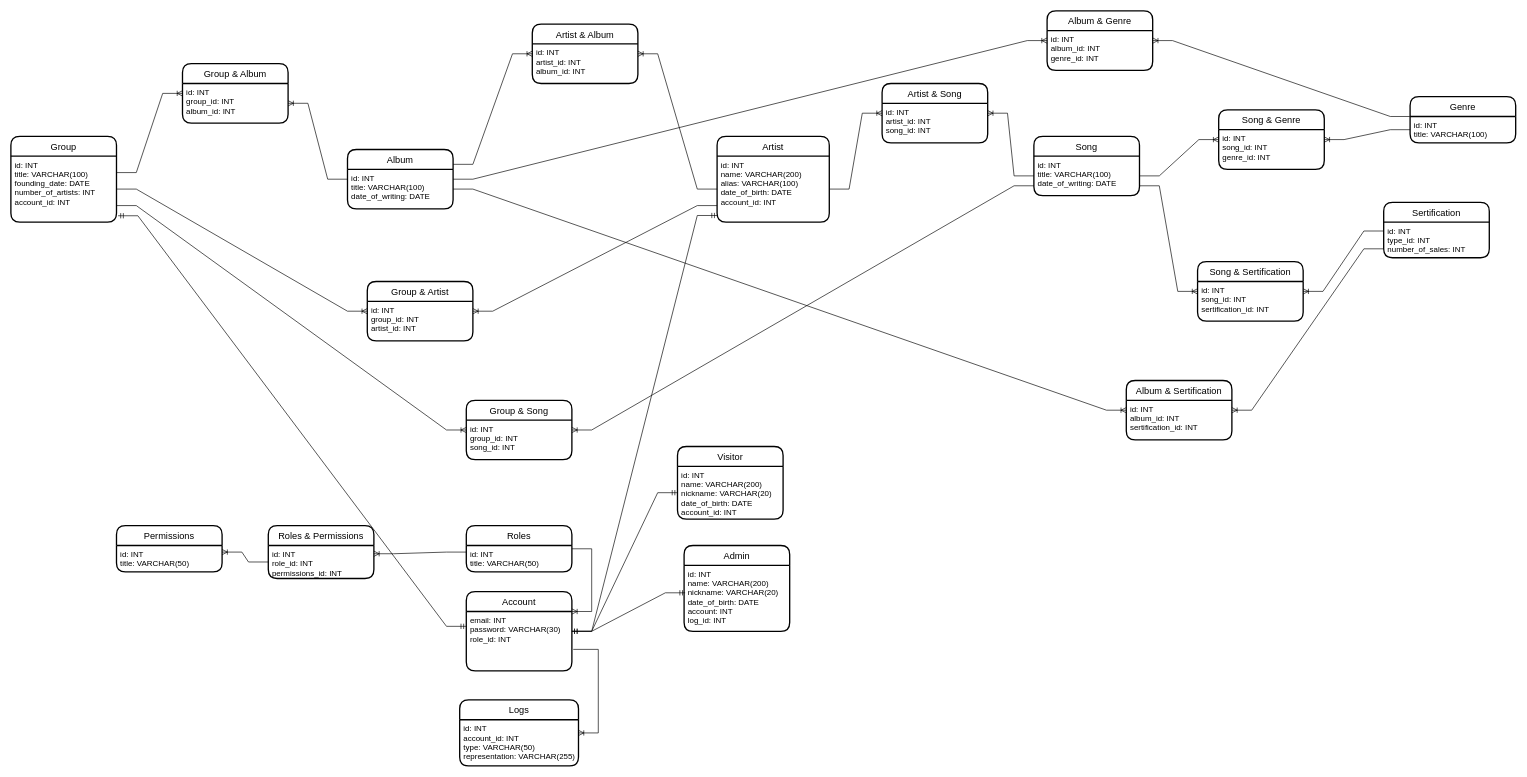
whiteicq/DB-Labs-2022 keeps this draw.io diagram as SchemeDB.drawio. Above is the earlier version. Source tidied: cells renumbered, new cells numbered last; positions are measured from the earlier drawing's top-left corner, leaving out a move shared by most shapes. Both pictures are drawn from the tidied source at 66%, with x=0, y=0 at pixel (11, 11).
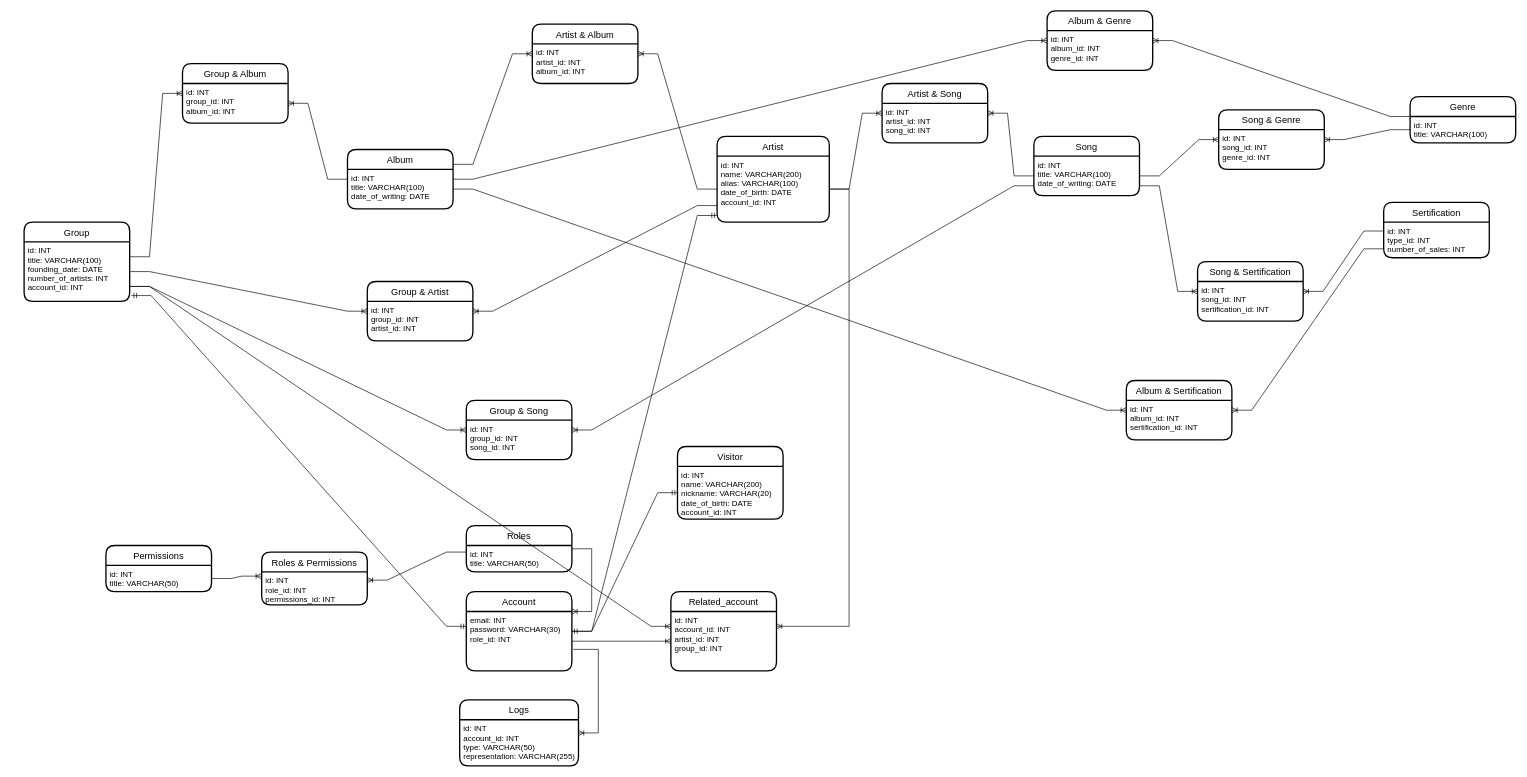
The same page after the edit.

Unchanged cells that the change refers to:
```xml
<mxCell id="20" value="Logs" style="swimlane;horizontal=1;startSize=30;rounded=1;fontSize=14;fontStyle=0;strokeWidth=2;shadow=0;dashed=0;align=center;" parent="1" vertex="1">
  <mxGeometry x="680" y="1044" width="180" height="100" as="geometry" />
</mxCell>
<mxCell id="22" value="Account" style="swimlane;horizontal=1;startSize=30;rounded=1;fontSize=14;fontStyle=0;strokeWidth=2;shadow=0;dashed=0;align=center;" parent="1" vertex="1">
  <mxGeometry x="690" y="880" width="160" height="120" as="geometry" />
</mxCell>
<mxCell id="23" value="email: INT&#10;password: VARCHAR(30)&#10;role_id: INT" style="align=left;strokeColor=none;fillColor=none;spacingLeft=4;fontSize=12;verticalAlign=top;" parent="22" vertex="1">
  <mxGeometry y="30" width="160" height="90" as="geometry" />
</mxCell>
<mxCell id="66" value="id: INT&#10;title: VARCHAR(50)&#10;" style="align=left;strokeColor=none;fillColor=none;spacingLeft=4;fontSize=12;verticalAlign=top;" parent="65" vertex="1">
  <mxGeometry y="30" width="160" height="40" as="geometry" />
</mxCell>
<mxCell id="68" value="id: INT&#10;role_id: INT&#10;permissions_id: INT&#10;" style="align=left;strokeColor=none;fillColor=none;spacingLeft=4;fontSize=12;verticalAlign=top;" parent="67" vertex="1">
  <mxGeometry y="30" width="160" height="50" as="geometry" />
</mxCell>
```

Change to the diagram source:
```diff
@@
     <mxCell id="6" value="Group" style="swimlane;horizontal=1;startSize=30;rounded=1;fontSize=14;fontStyle=0;strokeWidth=2;shadow=0;dashed=0;align=center;" parent="1" vertex="1">
-      <mxGeometry y="190" width="160" height="130" as="geometry" />
+      <mxGeometry x="20" y="320" width="160" height="120" as="geometry" />
     </mxCell>
     <mxCell id="7" value="id: INT&#10;title: VARCHAR(100)&#10;founding_date: DATE&#10;number_of_artists: INT&#10;account_id: INT&#10;" style="align=left;strokeColor=none;fillColor=none;spacingLeft=4;fontSize=12;verticalAlign=top;" parent="6" vertex="1">
-      <mxGeometry y="30" width="160" height="100" as="geometry" />
+      <mxGeometry y="30" width="160" height="90" as="geometry" />
     </mxCell>
-    <mxCell id="8" value="Admin" style="swimlane;horizontal=1;startSize=30;rounded=1;fontSize=14;fontStyle=0;strokeWidth=2;shadow=0;dashed=0;align=center;" parent="1" vertex="1">
-      <mxGeometry x="1020" y="810" width="160" height="130" as="geometry" />
-    </mxCell>
-    <mxCell id="9" value="id: INT&#10;name: VARCHAR(200)&#10;nickname: VARCHAR(20)&#10;date_of_birth: DATE&#10;account: INT&#10;log_id: INT&#10;" style="align=left;strokeColor=none;fillColor=none;spacingLeft=4;fontSize=12;verticalAlign=top;" parent="8" vertex="1">
-      <mxGeometry y="30" width="160" height="100" as="geometry" />
-    </mxCell>
@@
-    <mxCell id="26" style="edgeStyle=entityRelationEdgeStyle;fontSize=12;html=1;endArrow=ERmandOne;startArrow=ERmandOne;rounded=0;entryX=0.01;entryY=0.417;entryDx=0;entryDy=0;entryPerimeter=0;" parent="1" edge="1" source="22" target="9">
-      <mxGeometry relative="1" as="geometry" />
-    </mxCell>
@@
     <mxCell id="65" value="Permissions" style="swimlane;horizontal=1;startSize=30;rounded=1;fontSize=14;fontStyle=0;strokeWidth=2;shadow=0;dashed=0;align=center;" parent="1" vertex="1">
-      <mxGeometry x="160" y="780" width="160" height="70" as="geometry" />
+      <mxGeometry x="144" y="810" width="160" height="70" as="geometry" />
     </mxCell>
@@
     <mxCell id="67" value="Roles &amp; Permissions" style="swimlane;horizontal=1;startSize=30;rounded=1;fontSize=14;fontStyle=0;strokeWidth=2;shadow=0;dashed=0;align=center;" parent="1" vertex="1">
-      <mxGeometry x="390" y="780" width="160" height="80" as="geometry" />
+      <mxGeometry x="380" y="820" width="160" height="80" as="geometry" />
     </mxCell>
@@
+    <mxCell id="71" style="edgeStyle=entityRelationEdgeStyle;fontSize=12;html=1;endArrow=ERoneToMany;rounded=0;exitX=1.013;exitY=0.638;exitDx=0;exitDy=0;exitPerimeter=0;" parent="1" edge="1" source="23" target="20">
+      <mxGeometry relative="1" as="geometry" />
+    </mxCell>
+    <mxCell id="72" value="Related_account" style="swimlane;horizontal=1;startSize=30;rounded=1;fontSize=14;fontStyle=0;strokeWidth=2;shadow=0;dashed=0;align=center;" parent="1" vertex="1">
+      <mxGeometry x="1000" y="880" width="160" height="120" as="geometry" />
+    </mxCell>
+    <mxCell id="73" value="id: INT &#10;account_id: INT&#10;artist_id: INT&#10;group_id: INT" style="align=left;strokeColor=none;fillColor=none;spacingLeft=4;fontSize=12;verticalAlign=top;" parent="72" vertex="1">
+      <mxGeometry y="30" width="160" height="90" as="geometry" />
+    </mxCell>
-    <mxCell id="70" style="edgeStyle=entityRelationEdgeStyle;fontSize=12;html=1;endArrow=ERoneToMany;rounded=0;entryX=1;entryY=0.25;entryDx=0;entryDy=0;exitX=0;exitY=0.5;exitDx=0;exitDy=0;" parent="1" edge="1" source="68" target="66">
+    <mxCell id="70" style="edgeStyle=entityRelationEdgeStyle;fontSize=12;html=1;endArrow=ERoneToMany;rounded=0;entryX=-0.003;entryY=0.129;entryDx=0;entryDy=0;exitX=1;exitY=0.5;exitDx=0;exitDy=0;entryPerimeter=0;" parent="1" edge="1" source="66" target="68">
       <mxGeometry relative="1" as="geometry" />
     </mxCell>
-    <mxCell id="71" style="edgeStyle=entityRelationEdgeStyle;fontSize=12;html=1;endArrow=ERoneToMany;rounded=0;exitX=1.013;exitY=0.638;exitDx=0;exitDy=0;exitPerimeter=0;" parent="1" edge="1" source="23" target="20">
-      <mxGeometry relative="1" as="geometry" />
-    </mxCell>
+    <mxCell id="74" style="edgeStyle=entityRelationEdgeStyle;fontSize=12;html=1;endArrow=ERoneToMany;rounded=0;exitX=1;exitY=0.75;exitDx=0;exitDy=0;entryX=0;entryY=0.25;entryDx=0;entryDy=0;" parent="1" edge="1" source="7" target="73">
+      <mxGeometry relative="1" as="geometry" />
+    </mxCell>
+    <mxCell id="75" style="edgeStyle=entityRelationEdgeStyle;fontSize=12;html=1;endArrow=ERoneToMany;rounded=0;entryX=0;entryY=0.5;entryDx=0;entryDy=0;exitX=1;exitY=0.5;exitDx=0;exitDy=0;" parent="1" edge="1" source="23" target="73">
+      <mxGeometry relative="1" as="geometry" />
+    </mxCell>
+    <mxCell id="76" style="edgeStyle=entityRelationEdgeStyle;fontSize=12;html=1;endArrow=ERoneToMany;rounded=0;entryX=1;entryY=0.25;entryDx=0;entryDy=0;" parent="1" edge="1" target="73">
+      <mxGeometry relative="1" as="geometry">
+        <mxPoint x="1240" y="270" as="sourcePoint" />
+      </mxGeometry>
+    </mxCell>
```
